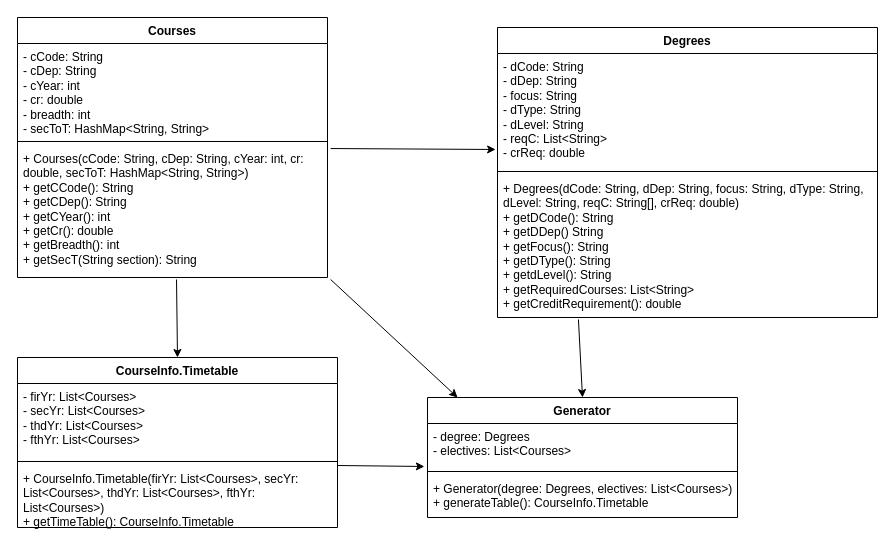
Earlier version of the draw.io diagram UML Diagram.drawio (LuWang95/team-project). Source tidied: cells renumbered, new cells numbered last; positions are measured from the earlier drawing's top-left corner, leaving out a move shared by most shapes. Both pictures are drawn from the tidied source at 100%, with x=0, y=0 at pixel (17, 17).
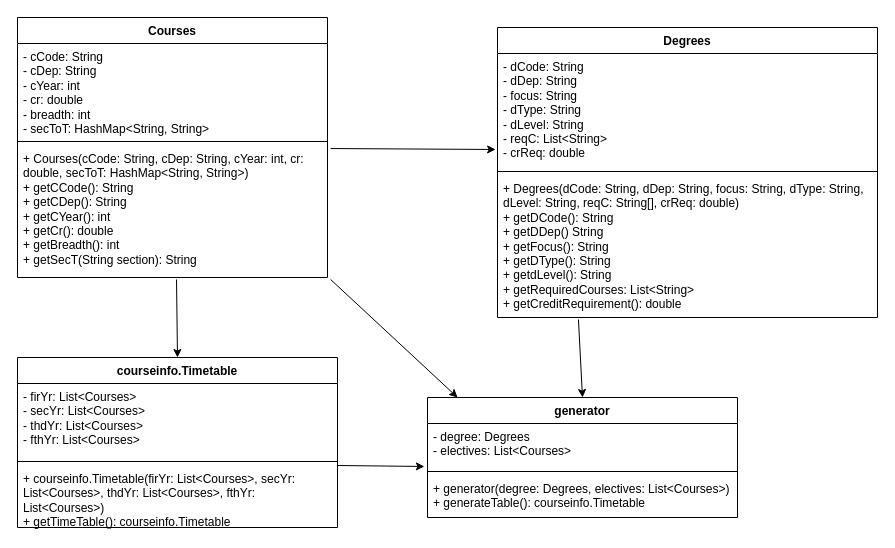
Above is the later version.

Change to the diagram source:
```diff
@@
-    <mxCell id="10" value="Generator" style="swimlane;fontStyle=1;align=center;verticalAlign=top;horizontal=1;startSize=26;whiteSpace=wrap;html=1;" parent="1" vertex="1">
+    <mxCell id="10" value="generator" style="swimlane;fontStyle=1;align=center;verticalAlign=top;horizontal=1;startSize=26;whiteSpace=wrap;html=1;" parent="1" vertex="1">
       <mxGeometry x="410" y="380" width="310" height="120" as="geometry" />
     </mxCell>
@@
-    <mxCell id="13" value="+ Generator(degree: Degrees, electives: List&amp;lt;Courses&amp;gt;)&lt;div&gt;+ generateTable(): CourseInfo.Timetable&lt;/div&gt;" style="text;strokeColor=none;fillColor=none;align=left;verticalAlign=top;spacingLeft=4;spacingRight=4;overflow=hidden;whiteSpace=wrap;html=1;" parent="10" vertex="1">
+    <mxCell id="13" value="+ generator(degree: Degrees, electives: List&amp;lt;Courses&amp;gt;)&lt;div&gt;+ generateTable(): courseinfo.Timetable&lt;/div&gt;" style="text;strokeColor=none;fillColor=none;align=left;verticalAlign=top;spacingLeft=4;spacingRight=4;overflow=hidden;whiteSpace=wrap;html=1;" parent="10" vertex="1">
       <mxGeometry y="78" width="310" height="42" as="geometry" />
     </mxCell>
-    <mxCell id="14" value="CourseInfo.Timetable" style="swimlane;fontStyle=1;align=center;verticalAlign=top;horizontal=1;startSize=26;whiteSpace=wrap;html=1;" parent="1" vertex="1">
+    <mxCell id="14" value="courseinfo.Timetable" style="swimlane;fontStyle=1;align=center;verticalAlign=top;horizontal=1;startSize=26;whiteSpace=wrap;html=1;" parent="1" vertex="1">
       <mxGeometry y="340" width="320" height="170" as="geometry" />
     </mxCell>
@@
-    <mxCell id="17" value="+ CourseInfo.Timetable(firYr: List&amp;lt;Courses&amp;gt;, secYr: List&amp;lt;Courses&amp;gt;, thdYr: List&amp;lt;Courses&amp;gt;, fthYr: List&amp;lt;Courses&amp;gt;)&lt;div&gt;+ getTimeTable(): CourseInfo.Timetable&amp;nbsp;&lt;/div&gt;" style="text;strokeColor=none;fillColor=none;align=left;verticalAlign=top;spacingLeft=4;spacingRight=4;overflow=hidden;points=[[0,0.5],[1,0.5]];portConstraint=eastwest;whiteSpace=wrap;html=1;" parent="14" vertex="1">
+    <mxCell id="17" value="+ courseinfo.Timetable(firYr: List&amp;lt;Courses&amp;gt;, secYr: List&amp;lt;Courses&amp;gt;, thdYr: List&amp;lt;Courses&amp;gt;, fthYr: List&amp;lt;Courses&amp;gt;)&lt;div&gt;+ getTimeTable(): courseinfo.Timetable&amp;nbsp;&lt;/div&gt;" style="text;strokeColor=none;fillColor=none;align=left;verticalAlign=top;spacingLeft=4;spacingRight=4;overflow=hidden;points=[[0,0.5],[1,0.5]];portConstraint=eastwest;whiteSpace=wrap;html=1;" parent="14" vertex="1">
       <mxGeometry y="108" width="320" height="62" as="geometry" />
     </mxCell>
```
